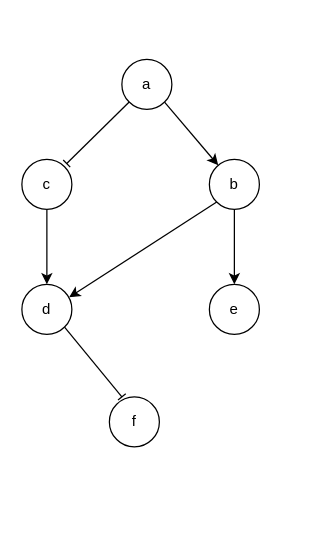
Before: docs/useCase1.drawio in josura/c2c-sepia, a draw.io diagram. Source tidied: cells renumbered, new cells numbered last; positions are measured from the earlier drawing's top-left corner, leaving out a move shared by most shapes. Both pictures are drawn from the tidied source at 125%, with x=0, y=0 at pixel (21, 59).
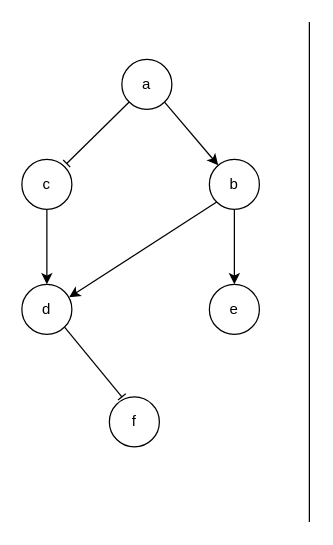
Above is the later version.

The edit, as a diff of the source:
```diff
@@
 <mxGraphModel>
   <root>
     <mxCell id="0" />
     <mxCell id="1" parent="0" />
     <mxCell id="2" style="edgeStyle=none;rounded=0;jettySize=auto;html=1;exitX=0;exitY=1;exitDx=0;exitDy=0;entryX=0.897;entryY=0.083;entryDx=0;entryDy=0;endArrow=baseDash;endFill=0;entryPerimeter=0;" parent="1" edge="1" source="4" target="9">
       <mxGeometry relative="1" as="geometry" />
     </mxCell>
     <mxCell id="3" style="edgeStyle=none;rounded=0;jettySize=auto;html=1;exitX=1;exitY=1;exitDx=0;exitDy=0;" parent="1" edge="1" source="4" target="7">
       <mxGeometry relative="1" as="geometry" />
     </mxCell>
     <mxCell id="4" value="a" style="ellipse;whiteSpace=wrap;html=1;" parent="1" vertex="1">
       <mxGeometry x="80" width="40" height="40" as="geometry" />
     </mxCell>
     <mxCell id="5" style="edgeStyle=none;rounded=0;jettySize=auto;html=1;exitX=0.5;exitY=1;exitDx=0;exitDy=0;entryX=0.5;entryY=0;entryDx=0;entryDy=0;" parent="1" edge="1" source="7" target="10">
       <mxGeometry relative="1" as="geometry" />
     </mxCell>
     <mxCell id="6" style="edgeStyle=none;rounded=0;jettySize=auto;html=1;exitX=0;exitY=1;exitDx=0;exitDy=0;entryX=0.945;entryY=0.26;entryDx=0;entryDy=0;entryPerimeter=0;" parent="1" edge="1" source="7" target="12">
       <mxGeometry relative="1" as="geometry" />
     </mxCell>
     <mxCell id="7" value="b" style="ellipse;whiteSpace=wrap;html=1;" parent="1" vertex="1">
       <mxGeometry x="150" y="80" width="40" height="40" as="geometry" />
     </mxCell>
     <mxCell id="8" style="edgeStyle=none;rounded=0;jettySize=auto;html=1;exitX=0.5;exitY=1;exitDx=0;exitDy=0;entryX=0.5;entryY=0;entryDx=0;entryDy=0;" parent="1" edge="1" source="9" target="12">
       <mxGeometry relative="1" as="geometry" />
     </mxCell>
     <mxCell id="9" value="c" style="ellipse;whiteSpace=wrap;html=1;" parent="1" vertex="1">
       <mxGeometry y="80" width="40" height="40" as="geometry" />
     </mxCell>
     <mxCell id="10" value="e" style="ellipse;whiteSpace=wrap;html=1;" parent="1" vertex="1">
       <mxGeometry x="150" y="180" width="40" height="40" as="geometry" />
     </mxCell>
     <mxCell id="11" style="edgeStyle=none;rounded=0;jettySize=auto;html=1;exitX=1;exitY=1;exitDx=0;exitDy=0;entryX=0.25;entryY=0;entryDx=0;entryDy=0;entryPerimeter=0;endArrow=baseDash;endFill=0;" parent="1" edge="1" source="12" target="13">
       <mxGeometry relative="1" as="geometry" />
     </mxCell>
     <mxCell id="12" value="d" style="ellipse;whiteSpace=wrap;html=1;" parent="1" vertex="1">
       <mxGeometry y="180" width="40" height="40" as="geometry" />
     </mxCell>
     <mxCell id="13" value="f" style="ellipse;whiteSpace=wrap;html=1;" parent="1" vertex="1">
       <mxGeometry x="70" y="270" width="40" height="40" as="geometry" />
     </mxCell>
+    <mxCell id="14" style="endArrow=none;html=1;rounded=0;" parent="1" edge="1">
+      <mxGeometry relative="1" as="geometry">
+        <mxPoint x="230" y="370" as="sourcePoint" />
+        <mxPoint x="230" y="-30" as="targetPoint" />
+      </mxGeometry>
+    </mxCell>
   </root>
 </mxGraphModel>
```
